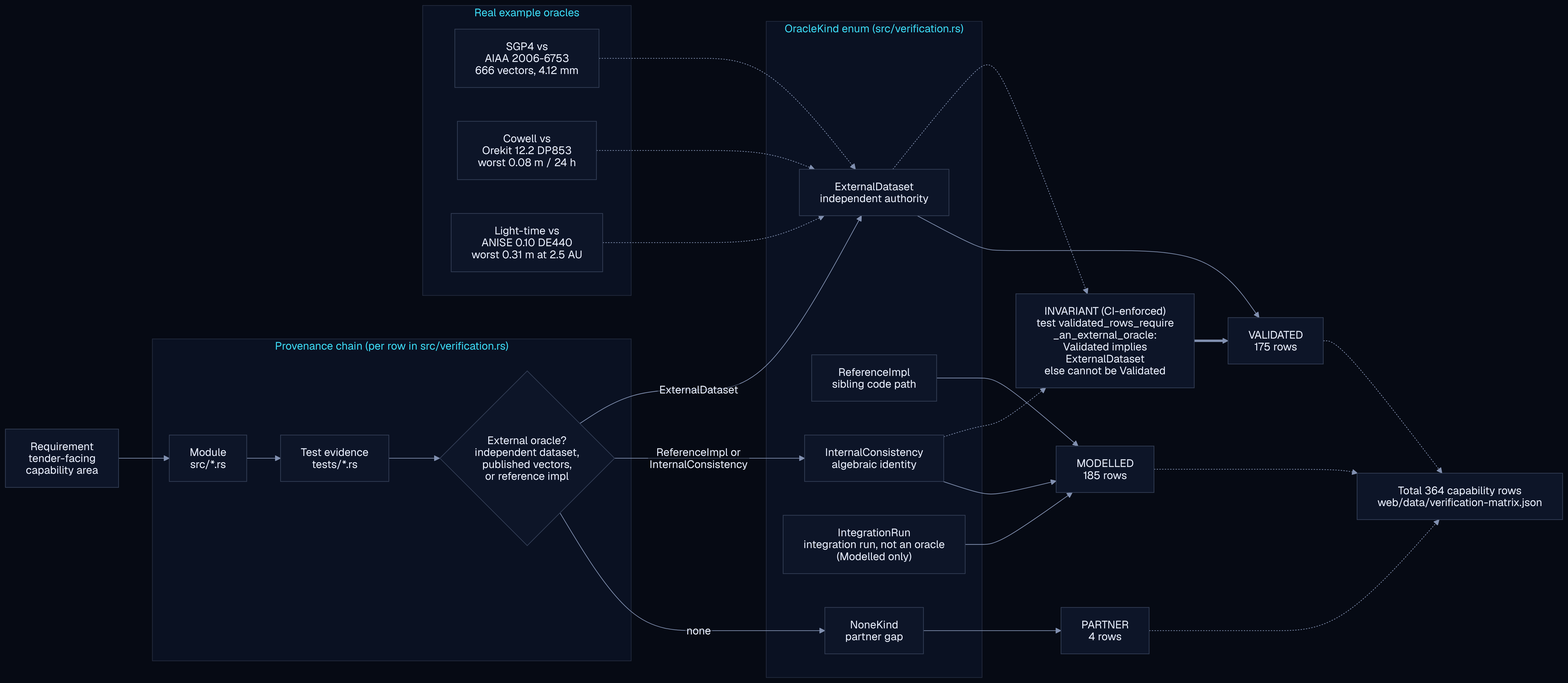
Before: docs/assets/diagrams/validation-provenance.png, a diagram exported from Mermaid (ashfordeOU/kshana). Its source is kept beside it as docs/diagrams/validation-provenance.mmd.
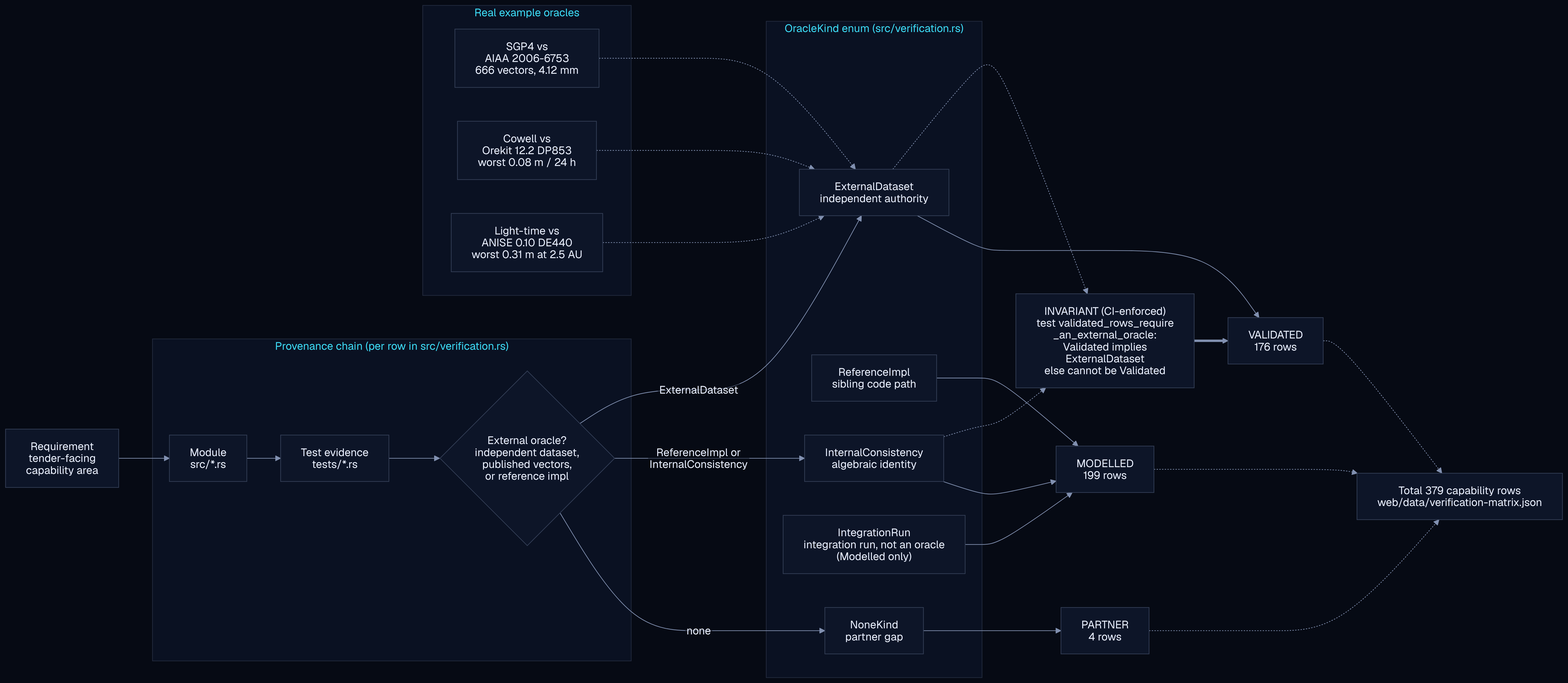
Later version of the same file.

What changed in the source:
```diff
@@ -27,8 +27,8 @@
     EXT -.-> GUARD
     INT -.-> GUARD
 
-    EXT --> VAL["VALIDATED<br/>175 rows"]
-    REF --> MDL["MODELLED<br/>185 rows"]
+    EXT --> VAL["VALIDATED<br/>176 rows"]
+    REF --> MDL["MODELLED<br/>199 rows"]
     INT --> MDL
     IRN --> MDL
     NON --> PRT["PARTNER<br/>4 rows"]
@@ -45,7 +45,7 @@
     E2 -.-> EXT
     E3 -.-> EXT
 
-    TOTAL["Total 364 capability rows<br/>web/data/verification-matrix.json"]
+    TOTAL["Total 379 capability rows<br/>web/data/verification-matrix.json"]
     VAL -.-> TOTAL
     MDL -.-> TOTAL
     PRT -.-> TOTAL
```
